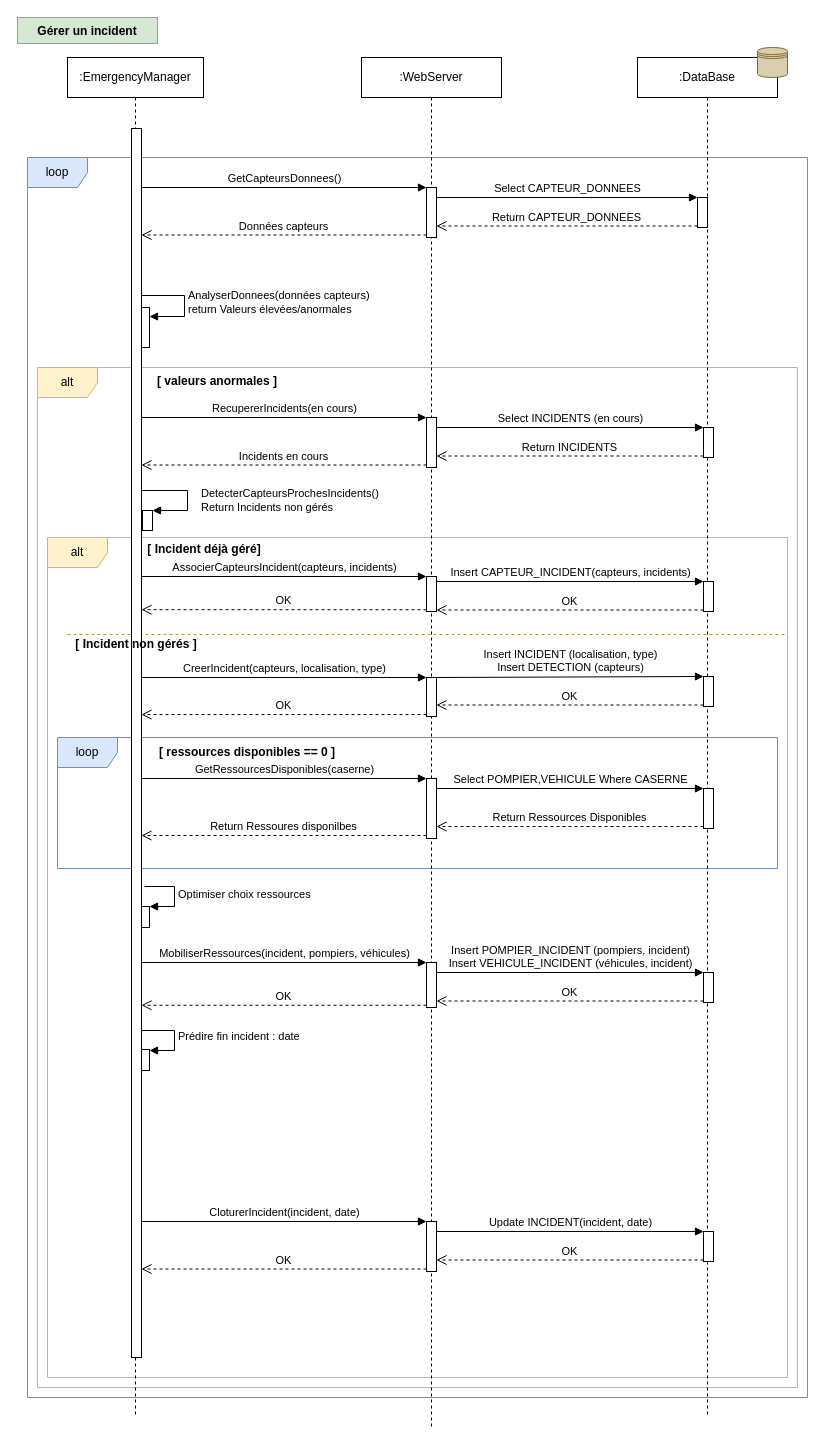
Before: Conception/Diagramme séquence - Gérer incident.drawio in GOROVSKY/projet-scientifique, a draw.io diagram. Source tidied: cells renumbered, new cells numbered last; positions are measured from the earlier drawing's top-left corner, leaving out a move shared by most shapes. Both pictures are drawn from the tidied source at 100%, with x=0, y=0 at pixel (17, 17).
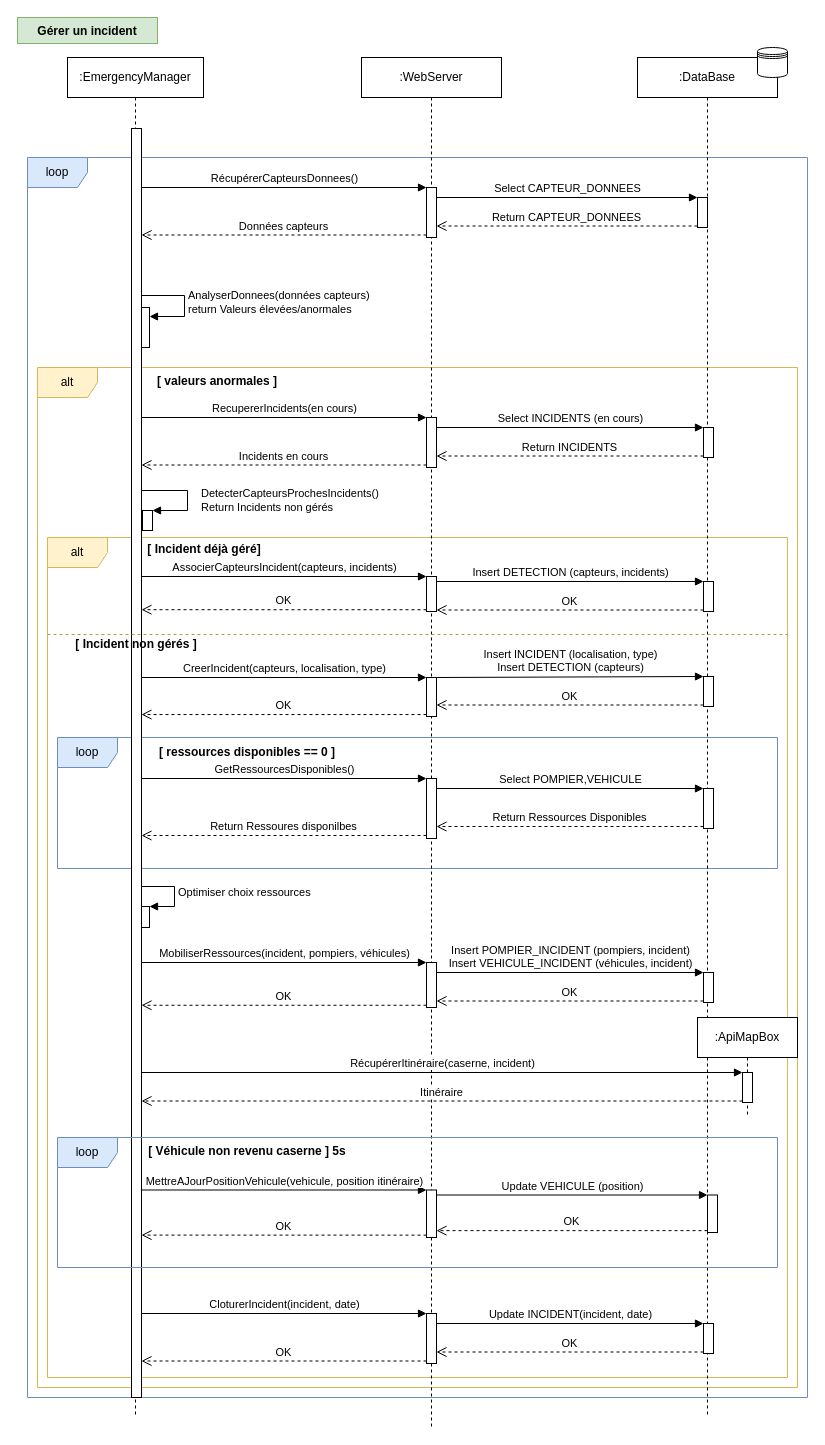
The same diagram, later.

Unchanged cells that the change refers to:
```xml
<mxCell id="6" value=":EmergencyManager" style="shape=umlLifeline;perimeter=lifelinePerimeter;whiteSpace=wrap;html=1;" parent="1" vertex="1">
  <mxGeometry x="50" y="40" width="136" height="1360" as="geometry" />
</mxCell>
<mxCell id="8" style="html=1;points=[];perimeter=orthogonalPerimeter;" parent="6" vertex="1">
  <mxGeometry x="72" y="849" width="10" height="21" as="geometry" />
</mxCell>
<mxCell id="14" value=":WebServer" style="shape=umlLifeline;perimeter=lifelinePerimeter;whiteSpace=wrap;html=1;" parent="1" vertex="1">
  <mxGeometry x="344" y="40" width="140" height="1370" as="geometry" />
</mxCell>
<mxCell id="15" style="html=1;points=[];perimeter=orthogonalPerimeter;" parent="14" vertex="1">
  <mxGeometry x="65" y="130" width="10" height="50" as="geometry" />
</mxCell>
<mxCell id="17" style="html=1;points=[];perimeter=orthogonalPerimeter;" parent="14" vertex="1">
  <mxGeometry x="65" y="721" width="10" height="60" as="geometry" />
</mxCell>
<mxCell id="21" style="html=1;points=[];perimeter=orthogonalPerimeter;" parent="14" vertex="1">
  <mxGeometry x="65" y="519" width="10" height="35" as="geometry" />
</mxCell>
<mxCell id="22" value=":DataBase" style="shape=umlLifeline;perimeter=lifelinePerimeter;whiteSpace=wrap;html=1;" parent="1" vertex="1">
  <mxGeometry x="620" y="40" width="140" height="1360" as="geometry" />
</mxCell>
<mxCell id="25" style="html=1;points=[];perimeter=orthogonalPerimeter;" parent="22" vertex="1">
  <mxGeometry x="66" y="731" width="10" height="40" as="geometry" />
</mxCell>
<mxCell id="29" style="html=1;points=[];perimeter=orthogonalPerimeter;" parent="22" vertex="1">
  <mxGeometry x="66" y="524" width="10" height="30" as="geometry" />
</mxCell>
```

Change to the diagram source:
```diff
@@
-    <mxCell id="9" value="Optimiser choix ressources " style="edgeStyle=orthogonalEdgeStyle;html=1;align=left;spacingLeft=2;endArrow=block;rounded=0;entryX=1;entryY=0;" parent="6" edge="1" target="8">
-      <mxGeometry relative="1" as="geometry">
-        <mxPoint x="77" y="829" as="sourcePoint" />
-        <Array as="points">
-          <mxPoint x="107" y="829" />
-        </Array>
-      </mxGeometry>
-    </mxCell>
-    <mxCell id="10" style="html=1;perimeter=orthogonalPerimeter;" parent="6" vertex="1">
-      <mxGeometry x="72" y="992" width="10" height="21" as="geometry" />
-    </mxCell>
@@
-    <mxCell id="12" style="line;strokeWidth=1;fillColor=none;align=left;verticalAlign=middle;spacingTop=-1;spacingLeft=3;spacingRight=3;labelPosition=right;dashed=1;strokeColor=#B59A48;" parent="6" vertex="1">
-      <mxGeometry y="573" width="720" height="8" as="geometry" />
-    </mxCell>
     <mxCell id="13" style="html=1;points=[];perimeter=orthogonalPerimeter;" parent="1" vertex="1">
-      <mxGeometry x="114" y="111" width="10" height="1229" as="geometry" />
+      <mxGeometry x="114" y="111" width="10" height="1269" as="geometry" />
     </mxCell>
@@
     <mxCell id="19" style="html=1;points=[];perimeter=orthogonalPerimeter;" parent="14" vertex="1">
-      <mxGeometry x="65" y="1164" width="10" height="50" as="geometry" />
+      <mxGeometry x="65" y="1256" width="10" height="50" as="geometry" />
     </mxCell>
@@
     <mxCell id="27" style="html=1;points=[];perimeter=orthogonalPerimeter;" parent="22" vertex="1">
-      <mxGeometry x="66" y="1174" width="10" height="30" as="geometry" />
+      <mxGeometry x="66" y="1266" width="10" height="30" as="geometry" />
     </mxCell>
@@
-    <mxCell id="30" style="shape=datastore;whiteSpace=wrap;html=1;fillColor=#D9CEAD;strokeColor=#806C33;" parent="1" vertex="1">
+    <mxCell id="30" style="shape=datastore;whiteSpace=wrap;html=1;" parent="1" vertex="1">
       <mxGeometry x="740" y="30" width="30" height="30" as="geometry" />
     </mxCell>
-    <mxCell id="31" value="GetCapteursDonnees()" style="html=1;verticalAlign=bottom;endArrow=block;entryX=0;entryY=0;rounded=0;" parent="1" edge="1" source="13" target="15">
+    <mxCell id="31" value="RécupérerCapteursDonnees()" style="html=1;verticalAlign=bottom;endArrow=block;entryX=0;entryY=0;rounded=0;" parent="1" edge="1" source="13" target="15">
       <mxGeometry relative="1" as="geometry" />
     </mxCell>
@@
-    <mxCell id="41" value="GetRessourcesDisponibles(caserne)" style="html=1;verticalAlign=bottom;endArrow=block;entryX=0;entryY=0;rounded=0;" parent="1" edge="1" source="13" target="17">
+    <mxCell id="41" value="GetRessourcesDisponibles()" style="html=1;verticalAlign=bottom;endArrow=block;entryX=0;entryY=0;rounded=0;" parent="1" edge="1" source="13" target="17">
       <mxGeometry relative="1" as="geometry" />
     </mxCell>
@@
-    <mxCell id="43" value="Select POMPIER,VEHICULE Where CASERNE" style="html=1;verticalAlign=bottom;endArrow=block;entryX=0;entryY=0;rounded=0;" parent="1" edge="1" source="17" target="25">
+    <mxCell id="43" value="Select POMPIER,VEHICULE" style="html=1;verticalAlign=bottom;endArrow=block;entryX=0;entryY=0;rounded=0;" parent="1" edge="1" source="17" target="25">
       <mxGeometry relative="1" as="geometry" />
     </mxCell>
@@
     <mxCell id="51" value="CloturerIncident(incident, date)" style="html=1;verticalAlign=bottom;endArrow=block;entryX=0;entryY=0;rounded=0;" parent="1" edge="1" target="19">
       <mxGeometry relative="1" as="geometry">
-        <mxPoint x="124" y="1204" as="sourcePoint" />
+        <mxPoint x="124" y="1296" as="sourcePoint" />
       </mxGeometry>
     </mxCell>
     <mxCell id="52" value="OK" style="html=1;verticalAlign=bottom;endArrow=open;dashed=1;endSize=8;exitX=0;exitY=0.95;rounded=0;" parent="1" edge="1" source="19">
       <mxGeometry relative="1" as="geometry">
-        <mxPoint x="124" y="1251.5" as="targetPoint" />
+        <mxPoint x="124" y="1343.5" as="targetPoint" />
       </mxGeometry>
     </mxCell>
@@
-    <mxCell id="62" value="Insert CAPTEUR_INCIDENT(capteurs, incidents)" style="html=1;verticalAlign=bottom;endArrow=block;entryX=0;entryY=0;rounded=0;" parent="1" edge="1" source="21" target="29">
+    <mxCell id="62" value="Insert DETECTION (capteurs, incidents)" style="html=1;verticalAlign=bottom;endArrow=block;entryX=0;entryY=0;rounded=0;" parent="1" edge="1" source="21" target="29">
       <mxGeometry relative="1" as="geometry" />
     </mxCell>
@@
-    <mxCell id="66" value="Prédire fin incident : date" style="edgeStyle=orthogonalEdgeStyle;html=1;align=left;spacingLeft=2;endArrow=block;rounded=0;entryX=1;entryY=0;" parent="1" edge="1">
-      <mxGeometry relative="1" as="geometry">
-        <mxPoint x="124" y="1013" as="sourcePoint" />
-        <mxPoint x="132" y="1033" as="targetPoint" />
-        <Array as="points">
-          <mxPoint x="157" y="1013" />
-          <mxPoint x="157" y="1033" />
-        </Array>
-      </mxGeometry>
-    </mxCell>
+    <mxCell id="67" value=":ApiMapBox" style="shape=umlLifeline;perimeter=lifelinePerimeter;whiteSpace=wrap;html=1;" parent="1" vertex="1">
+      <mxGeometry x="680" y="1000" width="100" height="100" as="geometry" />
+    </mxCell>
+    <mxCell id="68" style="html=1;points=[];perimeter=orthogonalPerimeter;strokeColor=#000000;" parent="67" vertex="1">
+      <mxGeometry x="45" y="55" width="10" height="30" as="geometry" />
+    </mxCell>
+    <mxCell id="69" value="RécupérerItinéraire(caserne, incident)" style="html=1;verticalAlign=bottom;endArrow=block;entryX=0;entryY=0;rounded=0;" parent="1" edge="1" source="13" target="68">
+      <mxGeometry relative="1" as="geometry" />
+    </mxCell>
+    <mxCell id="70" value="Itinéraire" style="html=1;verticalAlign=bottom;endArrow=open;dashed=1;endSize=8;exitX=0;exitY=0.95;rounded=0;" parent="1" edge="1" source="68" target="13">
+      <mxGeometry relative="1" as="geometry" />
+    </mxCell>
+    <mxCell id="71" value="loop" style="shape=umlFrame;whiteSpace=wrap;html=1;strokeColor=#6c8ebf;fillColor=#dae8fc;" parent="1" vertex="1">
+      <mxGeometry x="40" y="1120" width="720" height="130" as="geometry" />
+    </mxCell>
+    <mxCell id="72" value="[ Véhicule non revenu caserne ] 5s" style="text;align=center;fontStyle=1;verticalAlign=middle;spacingLeft=3;spacingRight=3;" parent="1" vertex="1">
+      <mxGeometry x="190" y="1120" width="80" height="26" as="geometry" />
+    </mxCell>
+    <mxCell id="73" style="html=1;points=[];perimeter=orthogonalPerimeter;strokeColor=#000000;" parent="1" vertex="1">
+      <mxGeometry x="409" y="1172.5" width="10" height="47.5" as="geometry" />
+    </mxCell>
+    <mxCell id="74" value="MettreAJourPositionVehicule(vehicule, position itinéraire)" style="html=1;verticalAlign=bottom;endArrow=block;entryX=0;entryY=0;rounded=0;" parent="1" edge="1" target="73">
+      <mxGeometry relative="1" as="geometry">
+        <mxPoint x="124" y="1172.5" as="sourcePoint" />
+      </mxGeometry>
+    </mxCell>
+    <mxCell id="75" value="OK" style="html=1;verticalAlign=bottom;endArrow=open;dashed=1;endSize=8;exitX=0;exitY=0.95;rounded=0;" parent="1" edge="1" source="73">
+      <mxGeometry relative="1" as="geometry">
+        <mxPoint x="124" y="1217.6" as="targetPoint" />
+      </mxGeometry>
+    </mxCell>
+    <mxCell id="76" style="html=1;points=[];perimeter=orthogonalPerimeter;strokeColor=#000000;" parent="1" vertex="1">
+      <mxGeometry x="690" y="1177.5" width="10" height="37.5" as="geometry" />
+    </mxCell>
+    <mxCell id="77" value="Update VEHICULE (position)" style="html=1;verticalAlign=bottom;endArrow=block;entryX=0;entryY=0;rounded=0;" parent="1" edge="1" source="73" target="76">
+      <mxGeometry relative="1" as="geometry" />
+    </mxCell>
+    <mxCell id="78" value="OK" style="html=1;verticalAlign=bottom;endArrow=open;dashed=1;endSize=8;exitX=0;exitY=0.95;rounded=0;" parent="1" edge="1" source="76" target="73">
+      <mxGeometry relative="1" as="geometry" />
+    </mxCell>
+    <mxCell id="9" value="Optimiser choix ressources " style="edgeStyle=orthogonalEdgeStyle;html=1;align=left;spacingLeft=2;endArrow=block;rounded=0;entryX=1;entryY=0;" parent="1" edge="1" source="13" target="8">
+      <mxGeometry relative="1" as="geometry">
+        <Array as="points">
+          <mxPoint x="157" y="869" />
+          <mxPoint x="157" y="889" />
+        </Array>
+      </mxGeometry>
+    </mxCell>
+    <mxCell id="12" style="line;strokeWidth=1;fillColor=none;align=left;verticalAlign=middle;spacingTop=-1;spacingLeft=3;spacingRight=3;labelPosition=right;dashed=1;strokeColor=#B59A48;" parent="1" vertex="1">
+      <mxGeometry x="30" y="613" width="740" height="8" as="geometry" />
+    </mxCell>
```
